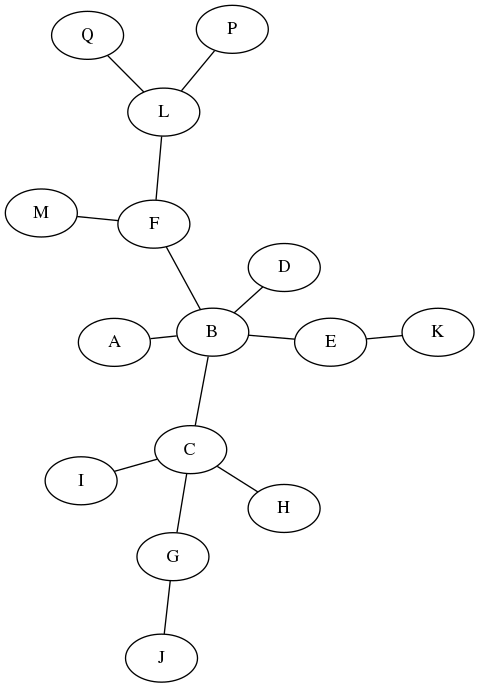
markormesher/easymaps-engine keeps this Graphviz diagram as sample-data-meta/network.png. Above is the earlier version. Its source is kept beside it as sample-data-meta/network.dot.
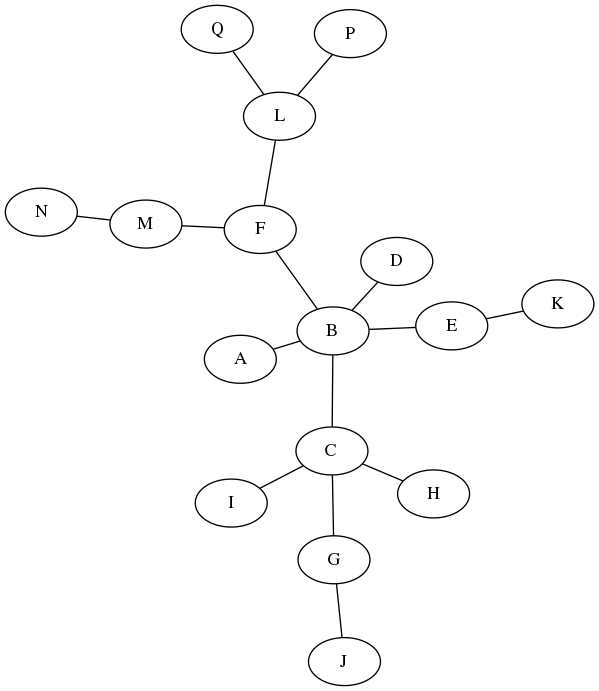
Above is the later version.

The edit, as a diff of the source:
```diff
@@ -1,16 +1,10 @@
 graph SampleNetwork {
-	A -- B;
-	B -- C;
-	B -- D;
-	B -- E;
-	B -- F;
-	C -- G;
-	C -- H;
-	C -- I;
-	E -- K;
-	F -- L;
-	F -- M;
-	G -- J;
-	L -- P;
-	L -- Q;
+	A -- {B};
+	B -- {C, D, E, F};
+	C -- {G, H, I};
+	E -- {K};
+	F -- {L, M};
+	G -- {J};
+	L -- {P, Q};
+	M -- {N};
 }
```
